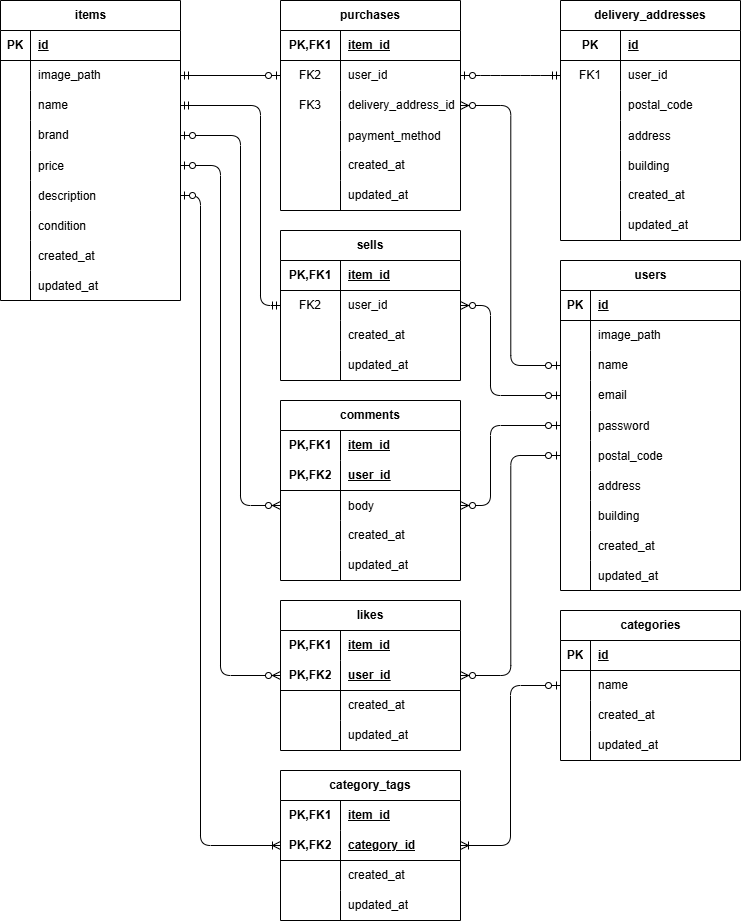
Before: docs/er-diagram.drawio.png, a diagram exported from draw.io (fujiwara-k0814/first-mock-project). Source tidied: cells renumbered, new cells last; positions are measured from the earlier drawing's top-left corner, leaving out a move shared by most shapes.
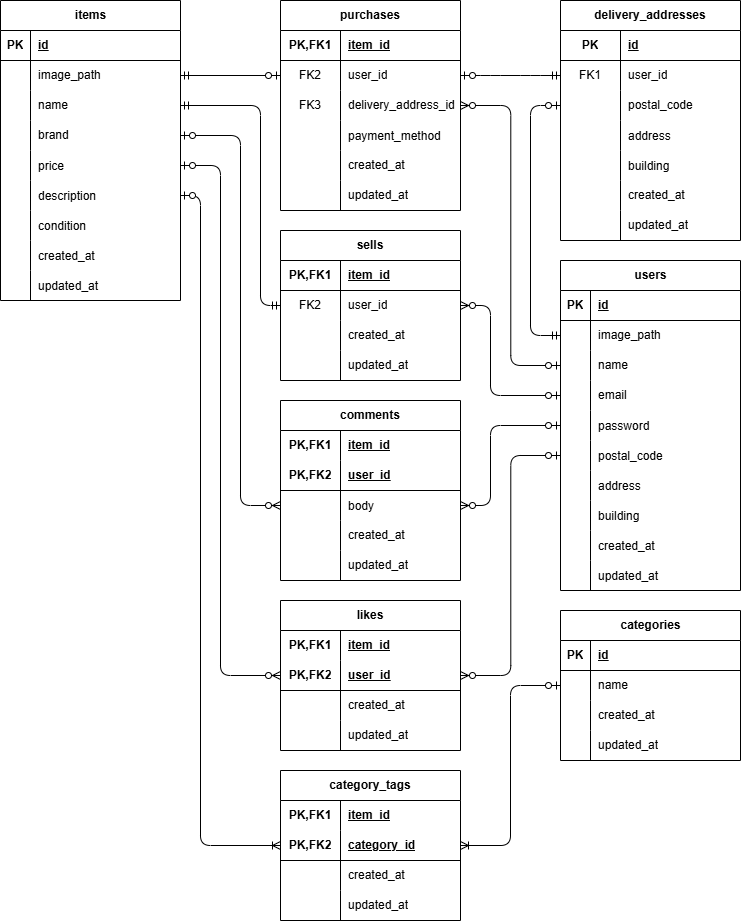
The same diagram one commit later.

The edit, as a diff of the source:
```diff
@@ -568,5 +568,12 @@
     <mxCell id="180" style="edgeStyle=entityRelationEdgeStyle;fontSize=12;html=1;endArrow=ERzeroToOne;startArrow=ERmandOne;exitX=0;exitY=0.5;exitDx=0;exitDy=0;entryX=1;entryY=0.5;entryDx=0;entryDy=0;" parent="1" edge="1" source="152" target="60">
       <mxGeometry relative="1" as="geometry" />
     </mxCell>
+    <mxCell id="181" style="edgeStyle=elbowEdgeStyle;fontSize=12;html=1;endArrow=ERzeroToOne;startArrow=ERmandOne;exitX=0;exitY=0.5;exitDx=0;exitDy=0;entryX=0;entryY=0.5;entryDx=0;entryDy=0;" parent="1" edge="1" source="121" target="155">
+      <mxGeometry relative="1" as="geometry">
+        <Array as="points">
+          <mxPoint x="530" y="220" />
+        </Array>
+      </mxGeometry>
+    </mxCell>
   </root>
 </mxGraphModel>
```
